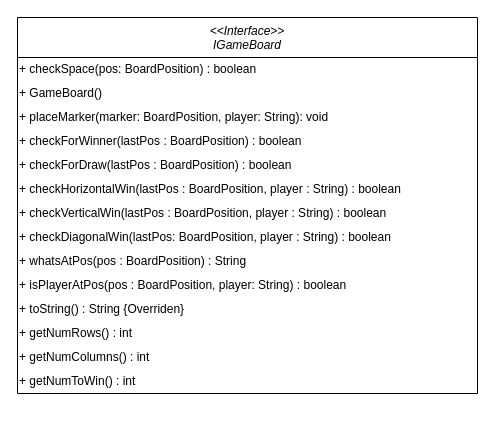
ozzhaas/CPSC2150 keeps this draw.io diagram as Project1/IGameBoard UML Class Diagram.drawio. Above is the earlier version. Source tidied: cells renumbered, new cells numbered last; positions are measured from the earlier drawing's top-left corner, leaving out a move shared by most shapes. Both pictures are drawn from the tidied source at 100%, with x=0, y=0 at pixel (17, 17).
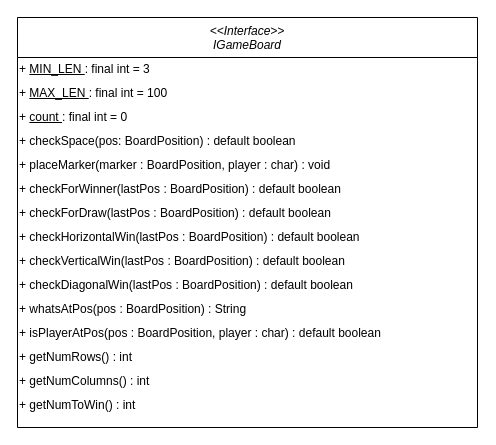
Above is the later version.

Change to the diagram source:
```diff
@@
 <mxGraphModel>
   <root>
     <mxCell id="0" />
     <mxCell id="1" parent="0" />
     <mxCell id="2" value="&lt;&lt;Interface&gt;&gt;&#10;IGameBoard" style="swimlane;fontStyle=2;align=center;verticalAlign=top;horizontal=1;startSize=40;rounded=0;shadow=0;strokeWidth=1;" parent="1" vertex="1">
-      <mxGeometry width="460" height="376" as="geometry" />
+      <mxGeometry width="460" height="410" as="geometry" />
     </mxCell>
+    <mxCell id="4" value="+ &lt;u&gt;MIN_LEN &lt;/u&gt;: final int = 3" style="text;html=1;strokeColor=none;fillColor=none;align=left;verticalAlign=middle;whiteSpace=wrap;rounded=0;" parent="2" vertex="1">
+      <mxGeometry y="40" width="460" height="24" as="geometry" />
+    </mxCell>
+    <mxCell id="18" value="+ &lt;u&gt;MAX_LEN &lt;/u&gt;: final int = 100" style="text;html=1;strokeColor=none;fillColor=none;align=left;verticalAlign=middle;whiteSpace=wrap;rounded=0;" parent="2" vertex="1">
+      <mxGeometry y="64" width="460" height="24" as="geometry" />
+    </mxCell>
+    <mxCell id="19" value="+ &lt;u&gt;count &lt;/u&gt;: final int = 0" style="text;html=1;strokeColor=none;fillColor=none;align=left;verticalAlign=middle;whiteSpace=wrap;rounded=0;" parent="2" vertex="1">
+      <mxGeometry y="88" width="460" height="24" as="geometry" />
+    </mxCell>
-    <mxCell id="3" value="+ checkSpace(pos: BoardPosition) : boolean" style="text;html=1;strokeColor=none;fillColor=none;align=left;verticalAlign=middle;whiteSpace=wrap;rounded=0;" parent="2" vertex="1">
-      <mxGeometry y="40" width="460" height="24" as="geometry" />
+    <mxCell id="3" value="+ checkSpace(pos: BoardPosition) : default boolean" style="text;html=1;strokeColor=none;fillColor=none;align=left;verticalAlign=middle;whiteSpace=wrap;rounded=0;" parent="2" vertex="1">
+      <mxGeometry y="112" width="460" height="24" as="geometry" />
     </mxCell>
-    <mxCell id="4" value="+ GameBoard()" style="text;html=1;strokeColor=none;fillColor=none;align=left;verticalAlign=middle;whiteSpace=wrap;rounded=0;" parent="2" vertex="1">
-      <mxGeometry y="64" width="460" height="24" as="geometry" />
-    </mxCell>
-    <mxCell id="5" value="+ placeMarker(marker: BoardPosition, player: String): void" style="text;html=1;strokeColor=none;fillColor=none;align=left;verticalAlign=middle;whiteSpace=wrap;rounded=0;" parent="2" vertex="1">
-      <mxGeometry y="88" width="460" height="24" as="geometry" />
+    <mxCell id="5" value="+ placeMarker(marker : BoardPosition, player : char) : void" style="text;html=1;strokeColor=none;fillColor=none;align=left;verticalAlign=middle;whiteSpace=wrap;rounded=0;" parent="2" vertex="1">
+      <mxGeometry y="136" width="460" height="24" as="geometry" />
     </mxCell>
-    <mxCell id="6" value="+ checkForWinner(lastPos : BoardPosition) : boolean" style="text;html=1;strokeColor=none;fillColor=none;align=left;verticalAlign=middle;whiteSpace=wrap;rounded=0;" parent="2" vertex="1">
-      <mxGeometry y="112" width="460" height="24" as="geometry" />
+    <mxCell id="6" value="+ checkForWinner(lastPos : BoardPosition) : default boolean" style="text;html=1;strokeColor=none;fillColor=none;align=left;verticalAlign=middle;whiteSpace=wrap;rounded=0;" parent="2" vertex="1">
+      <mxGeometry y="160" width="460" height="24" as="geometry" />
     </mxCell>
-    <mxCell id="7" value="+ checkForDraw(lastPos : BoardPosition) : boolean" style="text;html=1;strokeColor=none;fillColor=none;align=left;verticalAlign=middle;whiteSpace=wrap;rounded=0;" parent="2" vertex="1">
-      <mxGeometry y="136" width="460" height="24" as="geometry" />
+    <mxCell id="7" value="+ checkForDraw(lastPos : BoardPosition) : default boolean" style="text;html=1;strokeColor=none;fillColor=none;align=left;verticalAlign=middle;whiteSpace=wrap;rounded=0;" parent="2" vertex="1">
+      <mxGeometry y="184" width="460" height="24" as="geometry" />
     </mxCell>
-    <mxCell id="8" value="+ checkHorizontalWin(lastPos : BoardPosition, player : String) : boolean" style="text;html=1;strokeColor=none;fillColor=none;align=left;verticalAlign=middle;whiteSpace=wrap;rounded=0;" parent="2" vertex="1">
-      <mxGeometry y="160" width="460" height="24" as="geometry" />
+    <mxCell id="8" value="+ checkHorizontalWin(lastPos : BoardPosition) : default boolean" style="text;html=1;strokeColor=none;fillColor=none;align=left;verticalAlign=middle;whiteSpace=wrap;rounded=0;" parent="2" vertex="1">
+      <mxGeometry y="208" width="460" height="24" as="geometry" />
     </mxCell>
-    <mxCell id="9" value="+ checkVerticalWin(lastPos : BoardPosition, player : String) : boolean&amp;nbsp;" style="text;html=1;strokeColor=none;fillColor=none;align=left;verticalAlign=middle;whiteSpace=wrap;rounded=0;" parent="2" vertex="1">
-      <mxGeometry y="184" width="460" height="24" as="geometry" />
+    <mxCell id="9" value="+ checkVerticalWin(lastPos : BoardPosition) : default&amp;nbsp;boolean&amp;nbsp;" style="text;html=1;strokeColor=none;fillColor=none;align=left;verticalAlign=middle;whiteSpace=wrap;rounded=0;" parent="2" vertex="1">
+      <mxGeometry y="232" width="460" height="24" as="geometry" />
     </mxCell>
-    <mxCell id="10" value="+ checkDiagonalWin(lastPos: BoardPosition, player : String) : boolean&amp;nbsp;" style="text;html=1;strokeColor=none;fillColor=none;align=left;verticalAlign=middle;whiteSpace=wrap;rounded=0;" parent="2" vertex="1">
-      <mxGeometry y="208" width="460" height="24" as="geometry" />
+    <mxCell id="10" value="+ checkDiagonalWin(lastPos : BoardPosition) : default&amp;nbsp;boolean&amp;nbsp;" style="text;html=1;strokeColor=none;fillColor=none;align=left;verticalAlign=middle;whiteSpace=wrap;rounded=0;" parent="2" vertex="1">
+      <mxGeometry y="256" width="460" height="24" as="geometry" />
     </mxCell>
     <mxCell id="11" value="+ whatsAtPos(pos : BoardPosition) : String" style="text;html=1;strokeColor=none;fillColor=none;align=left;verticalAlign=middle;whiteSpace=wrap;rounded=0;" parent="2" vertex="1">
-      <mxGeometry y="232" width="460" height="24" as="geometry" />
+      <mxGeometry y="280" width="460" height="24" as="geometry" />
     </mxCell>
-    <mxCell id="12" value="+ isPlayerAtPos(pos : BoardPosition, player: String) : boolean&amp;nbsp;" style="text;html=1;strokeColor=none;fillColor=none;align=left;verticalAlign=middle;whiteSpace=wrap;rounded=0;" parent="2" vertex="1">
-      <mxGeometry y="256" width="460" height="24" as="geometry" />
+    <mxCell id="12" value="+ isPlayerAtPos(pos : BoardPosition, player : char) : default boolean&amp;nbsp;" style="text;html=1;strokeColor=none;fillColor=none;align=left;verticalAlign=middle;whiteSpace=wrap;rounded=0;" parent="2" vertex="1">
+      <mxGeometry y="304" width="460" height="24" as="geometry" />
     </mxCell>
-    <mxCell id="13" value="+ toString() : String {Overriden}" style="text;html=1;strokeColor=none;fillColor=none;align=left;verticalAlign=middle;whiteSpace=wrap;rounded=0;" parent="2" vertex="1">
-      <mxGeometry y="280" width="460" height="24" as="geometry" />
-    </mxCell>
     <mxCell id="14" value="+ getNumRows() : int" style="text;html=1;strokeColor=none;fillColor=none;align=left;verticalAlign=middle;whiteSpace=wrap;rounded=0;" parent="2" vertex="1">
-      <mxGeometry y="304" width="460" height="24" as="geometry" />
+      <mxGeometry y="328" width="460" height="24" as="geometry" />
     </mxCell>
     <mxCell id="15" value="+ getNumColumns() : int" style="text;html=1;strokeColor=none;fillColor=none;align=left;verticalAlign=middle;whiteSpace=wrap;rounded=0;" parent="2" vertex="1">
-      <mxGeometry y="328" width="460" height="24" as="geometry" />
+      <mxGeometry y="352" width="460" height="24" as="geometry" />
     </mxCell>
     <mxCell id="16" value="+ getNumToWin() : int" style="text;html=1;strokeColor=none;fillColor=none;align=left;verticalAlign=middle;whiteSpace=wrap;rounded=0;" parent="2" vertex="1">
-      <mxGeometry y="352" width="460" height="24" as="geometry" />
+      <mxGeometry y="376" width="460" height="24" as="geometry" />
     </mxCell>
-    <mxCell id="17" style="endArrow=none;html=1;exitX=0;exitY=0;exitDx=0;exitDy=0;entryX=1;entryY=0;entryDx=0;entryDy=0;" parent="2" edge="1" source="3" target="3">
+    <mxCell id="17" style="endArrow=none;html=1;exitX=0;exitY=0;exitDx=0;exitDy=0;entryX=1;entryY=0;entryDx=0;entryDy=0;" parent="2" edge="1" source="4" target="4">
       <mxGeometry relative="1" as="geometry" />
     </mxCell>
   </root>
 </mxGraphModel>
```
